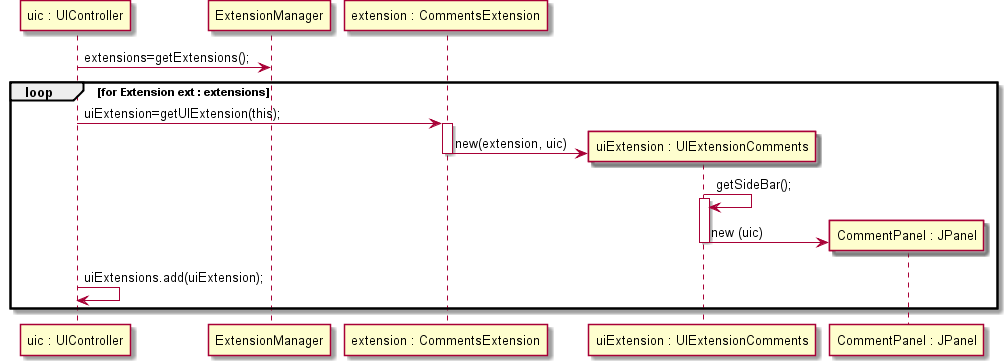
Earlier version of the PlantUML export src/csheets/userstories/us028/doc-files/us028_design1.png (BeatrizSeabra/Project_Excel_Java). Source of this version:
```plantuml
@startuml doc-files/us028_design1.png
participant "uic : UIController" as UIC
participant ExtensionManager as ExtM
participant "extension : CommentsExtension" as EExample
participant "uiExtension : UIExtensionComments" as UIExt
participant "CommentPanel : JPanel" as cp
UIC -> ExtM : extensions=getExtensions();
loop for Extension ext : extensions
	UIC -> EExample : uiExtension=getUIExtension(this);
	activate EExample
	create UIExt
	EExample -> UIExt : new(extension, uic)
	deactivate EExample
	UIExt -> UIExt : getSideBar();
	activate UIExt
	create cp
	UIExt -> cp :  new (uic)
	deactivate UIExt
	UIC -> UIC : uiExtensions.add(uiExtension);
end
@enduml
```
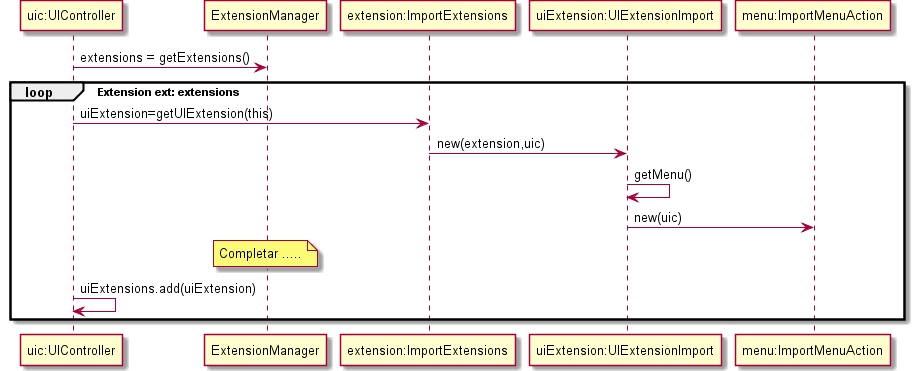
Later version of the same file.

What changed in the source:
```diff
@@ -1,21 +1,12 @@
 @startuml doc-files/us028_design1.png
-participant "uic : UIController" as UIC
-participant ExtensionManager as ExtM
-participant "extension : CommentsExtension" as EExample
-participant "uiExtension : UIExtensionComments" as UIExt
-participant "CommentPanel : JPanel" as cp
-UIC -> ExtM : extensions=getExtensions();
-loop for Extension ext : extensions
-	UIC -> EExample : uiExtension=getUIExtension(this);
-	activate EExample
-	create UIExt
-	EExample -> UIExt : new(extension, uic)
-	deactivate EExample
-	UIExt -> UIExt : getSideBar();
-	activate UIExt
-	create cp
-	UIExt -> cp :  new (uic)
-	deactivate UIExt
-	UIC -> UIC : uiExtensions.add(uiExtension);
+"uic:UIController" -> ExtensionManager : extensions = getExtensions()
+loop [for Extension ext: extensions]
+"uic:UIController" -> "extension:ImportExtensions" : uiExtension=getUIExtension(this)
+"extension:ImportExtensions" -> "uiExtension:UIExtensionImport" : new(extension,uic)
+"uiExtension:UIExtensionImport" -> "uiExtension:UIExtensionImport" : getMenu()
+"uiExtension:UIExtensionImport" -> "menu:ImportMenuAction" : new(uic)
+
+note over of ExtensionManager: Completar .....
+"uic:UIController" -> "uic:UIController" : uiExtensions.add(uiExtension)
 end
 @enduml
```
